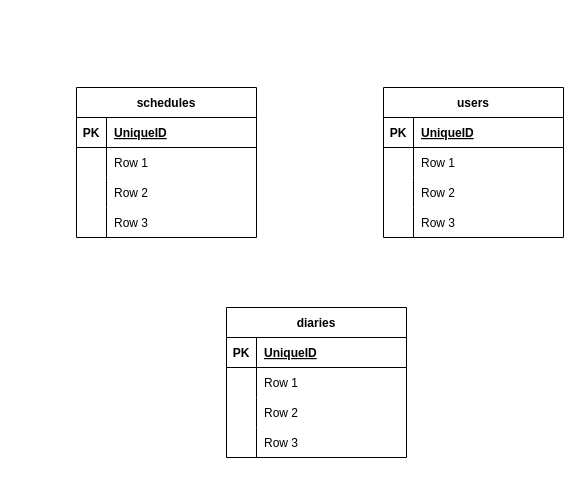
Before: db.dio in tjmax76/suprethm, a draw.io diagram. Source tidied: cells renumbered, new cells numbered last; positions are measured from the earlier drawing's top-left corner, leaving out a move shared by most shapes. Both pictures are drawn from the tidied source at 100%, with x=0, y=0 at pixel (76, 87).
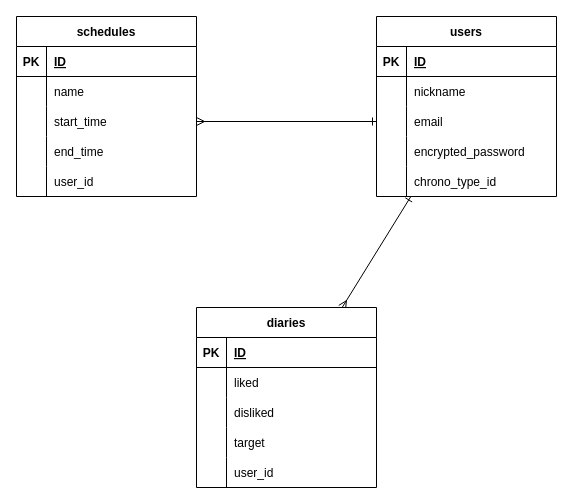
The same diagram, later.

Commit message:
DB設計を追加

Unchanged cells that the change refers to:
```xml
<mxCell id="3" style="shape=tableRow;horizontal=0;startSize=0;swimlaneHead=0;swimlaneBody=0;fillColor=none;top=0;left=0;right=0;bottom=1;" parent="2" vertex="1">
  <mxGeometry y="30" width="180" height="30" as="geometry" />
</mxCell>
<mxCell id="6" style="shape=tableRow;horizontal=0;startSize=0;swimlaneHead=0;swimlaneBody=0;fillColor=none;top=0;left=0;right=0;bottom=0;" parent="2" vertex="1">
  <mxGeometry y="60" width="180" height="30" as="geometry" />
</mxCell>
<mxCell id="9" style="shape=tableRow;horizontal=0;startSize=0;swimlaneHead=0;swimlaneBody=0;fillColor=none;points=[[0,0.5],[1,0.5]];portConstraint=eastwest;top=0;left=0;right=0;bottom=0;" parent="2" vertex="1">
  <mxGeometry y="90" width="180" height="30" as="geometry" />
</mxCell>
<mxCell id="12" style="shape=tableRow;horizontal=0;startSize=0;swimlaneHead=0;swimlaneBody=0;fillColor=none;top=0;left=0;right=0;bottom=0;" parent="2" vertex="1">
  <mxGeometry y="120" width="180" height="30" as="geometry" />
</mxCell>
<mxCell id="16" style="shape=tableRow;horizontal=0;startSize=0;swimlaneHead=0;swimlaneBody=0;fillColor=none;top=0;left=0;right=0;bottom=1;" parent="15" vertex="1">
  <mxGeometry y="30" width="180" height="30" as="geometry" />
</mxCell>
<mxCell id="19" style="shape=tableRow;horizontal=0;startSize=0;swimlaneHead=0;swimlaneBody=0;fillColor=none;top=0;left=0;right=0;bottom=0;" parent="15" vertex="1">
  <mxGeometry y="60" width="180" height="30" as="geometry" />
</mxCell>
<mxCell id="22" style="shape=tableRow;horizontal=0;startSize=0;swimlaneHead=0;swimlaneBody=0;fillColor=none;points=[[0,0.5],[1,0.5]];portConstraint=eastwest;top=0;left=0;right=0;bottom=0;" parent="15" vertex="1">
  <mxGeometry y="90" width="180" height="30" as="geometry" />
</mxCell>
<mxCell id="25" style="shape=tableRow;horizontal=0;startSize=0;swimlaneHead=0;swimlaneBody=0;fillColor=none;top=0;left=0;right=0;bottom=0;" parent="15" vertex="1">
  <mxGeometry y="120" width="180" height="30" as="geometry" />
</mxCell>
<mxCell id="29" style="shape=tableRow;horizontal=0;startSize=0;swimlaneHead=0;swimlaneBody=0;fillColor=none;top=0;left=0;right=0;bottom=1;" parent="28" vertex="1">
  <mxGeometry y="30" width="180" height="30" as="geometry" />
</mxCell>
<mxCell id="32" style="shape=tableRow;horizontal=0;startSize=0;swimlaneHead=0;swimlaneBody=0;fillColor=none;top=0;left=0;right=0;bottom=0;" parent="28" vertex="1">
  <mxGeometry y="60" width="180" height="30" as="geometry" />
</mxCell>
<mxCell id="35" style="shape=tableRow;horizontal=0;startSize=0;swimlaneHead=0;swimlaneBody=0;fillColor=none;top=0;left=0;right=0;bottom=0;" parent="28" vertex="1">
  <mxGeometry y="90" width="180" height="30" as="geometry" />
</mxCell>
<mxCell id="38" style="shape=tableRow;horizontal=0;startSize=0;swimlaneHead=0;swimlaneBody=0;fillColor=none;top=0;left=0;right=0;bottom=0;" parent="28" vertex="1">
  <mxGeometry y="120" width="180" height="30" as="geometry" />
</mxCell>
```

What changed in the source:
```diff
@@
     <mxCell id="2" value="schedules" style="shape=table;startSize=30;childLayout=tableLayout;rowLines=0;fontStyle=1;align=center;" parent="1" vertex="1">
-      <mxGeometry width="180" height="150" as="geometry" />
+      <mxGeometry x="-60" y="-71" width="180" height="180" as="geometry" />
     </mxCell>
@@
-    <mxCell id="5" value="UniqueID" style="shape=partialRectangle;fillColor=none;top=0;left=0;bottom=0;right=0;align=left;spacingLeft=6;fontStyle=5;overflow=hidden;" parent="3" vertex="1">
+    <mxCell id="5" value="ID" style="shape=partialRectangle;fillColor=none;top=0;left=0;bottom=0;right=0;align=left;spacingLeft=6;fontStyle=5;overflow=hidden;" parent="3" vertex="1">
       <mxGeometry x="30" width="150" height="30" as="geometry" />
     </mxCell>
@@
-    <mxCell id="8" value="Row 1" style="shape=partialRectangle;fillColor=none;top=0;left=0;bottom=0;right=0;align=left;spacingLeft=6;overflow=hidden;" parent="6" vertex="1">
+    <mxCell id="8" value="name" style="shape=partialRectangle;fillColor=none;top=0;left=0;bottom=0;right=0;align=left;spacingLeft=6;overflow=hidden;" parent="6" vertex="1">
       <mxGeometry x="30" width="150" height="30" as="geometry" />
     </mxCell>
@@
-    <mxCell id="11" value="Row 2" style="shape=partialRectangle;fillColor=none;top=0;left=0;bottom=0;right=0;align=left;spacingLeft=6;overflow=hidden;" parent="9" vertex="1">
+    <mxCell id="11" value="start_time" style="shape=partialRectangle;fillColor=none;top=0;left=0;bottom=0;right=0;align=left;spacingLeft=6;overflow=hidden;" parent="9" vertex="1">
       <mxGeometry x="30" width="150" height="30" as="geometry" />
     </mxCell>
@@
-    <mxCell id="14" value="Row 3" style="shape=partialRectangle;fillColor=none;top=0;left=0;bottom=0;right=0;align=left;spacingLeft=6;overflow=hidden;" parent="12" vertex="1">
+    <mxCell id="14" value="end_time" style="shape=partialRectangle;fillColor=none;top=0;left=0;bottom=0;right=0;align=left;spacingLeft=6;overflow=hidden;" parent="12" vertex="1">
       <mxGeometry x="30" width="150" height="30" as="geometry" />
     </mxCell>
+    <mxCell id="41" style="shape=tableRow;horizontal=0;startSize=0;swimlaneHead=0;swimlaneBody=0;fillColor=none;top=0;left=0;right=0;bottom=0;" parent="2" vertex="1">
+      <mxGeometry y="150" width="180" height="30" as="geometry" />
+    </mxCell>
+    <mxCell id="42" style="shape=partialRectangle;fillColor=none;top=0;left=0;bottom=0;right=0;overflow=hidden;" parent="41" vertex="1">
+      <mxGeometry width="30" height="30" as="geometry" />
+    </mxCell>
+    <mxCell id="43" value="user_id" style="shape=partialRectangle;fillColor=none;top=0;left=0;bottom=0;right=0;align=left;spacingLeft=6;overflow=hidden;" parent="41" vertex="1">
+      <mxGeometry x="30" width="150" height="30" as="geometry" />
+    </mxCell>
+    <mxCell id="44" style="edgeStyle=none;html=1;endArrow=ERmany;endFill=0;startArrow=ERone;startFill=0;" parent="1" edge="1" source="15" target="28">
+      <mxGeometry relative="1" as="geometry" />
+    </mxCell>
     <mxCell id="15" value="users" style="shape=table;startSize=30;childLayout=tableLayout;rowLines=0;fontStyle=1;align=center;" parent="1" vertex="1">
-      <mxGeometry x="307" width="180" height="150" as="geometry" />
+      <mxGeometry x="300" y="-71" width="180" height="180" as="geometry" />
     </mxCell>
@@
-    <mxCell id="18" value="UniqueID" style="shape=partialRectangle;fillColor=none;top=0;left=0;bottom=0;right=0;align=left;spacingLeft=6;fontStyle=5;overflow=hidden;" parent="16" vertex="1">
+    <mxCell id="18" value="ID" style="shape=partialRectangle;fillColor=none;top=0;left=0;bottom=0;right=0;align=left;spacingLeft=6;fontStyle=5;overflow=hidden;" parent="16" vertex="1">
       <mxGeometry x="30" width="150" height="30" as="geometry" />
     </mxCell>
@@
-    <mxCell id="21" value="Row 1" style="shape=partialRectangle;fillColor=none;top=0;left=0;bottom=0;right=0;align=left;spacingLeft=6;overflow=hidden;" parent="19" vertex="1">
+    <mxCell id="21" value="nickname" style="shape=partialRectangle;fillColor=none;top=0;left=0;bottom=0;right=0;align=left;spacingLeft=6;overflow=hidden;" parent="19" vertex="1">
       <mxGeometry x="30" width="150" height="30" as="geometry" />
     </mxCell>
@@
-    <mxCell id="24" value="Row 2" style="shape=partialRectangle;fillColor=none;top=0;left=0;bottom=0;right=0;align=left;spacingLeft=6;overflow=hidden;" parent="22" vertex="1">
+    <mxCell id="24" value="email" style="shape=partialRectangle;fillColor=none;top=0;left=0;bottom=0;right=0;align=left;spacingLeft=6;overflow=hidden;" parent="22" vertex="1">
       <mxGeometry x="30" width="150" height="30" as="geometry" />
     </mxCell>
@@
-    <mxCell id="27" value="Row 3" style="shape=partialRectangle;fillColor=none;top=0;left=0;bottom=0;right=0;align=left;spacingLeft=6;overflow=hidden;" parent="25" vertex="1">
+    <mxCell id="27" value="encrypted_password" style="shape=partialRectangle;fillColor=none;top=0;left=0;bottom=0;right=0;align=left;spacingLeft=6;overflow=hidden;" parent="25" vertex="1">
       <mxGeometry x="30" width="150" height="30" as="geometry" />
     </mxCell>
+    <mxCell id="45" style="shape=tableRow;horizontal=0;startSize=0;swimlaneHead=0;swimlaneBody=0;fillColor=none;top=0;left=0;right=0;bottom=0;" parent="15" vertex="1">
+      <mxGeometry y="150" width="180" height="30" as="geometry" />
+    </mxCell>
+    <mxCell id="46" style="shape=partialRectangle;fillColor=none;top=0;left=0;bottom=0;right=0;overflow=hidden;" parent="45" vertex="1">
+      <mxGeometry width="30" height="30" as="geometry" />
+    </mxCell>
+    <mxCell id="47" value="chrono_type_id" style="shape=partialRectangle;fillColor=none;top=0;left=0;bottom=0;right=0;align=left;spacingLeft=6;overflow=hidden;" parent="45" vertex="1">
+      <mxGeometry x="30" width="150" height="30" as="geometry" />
+    </mxCell>
     <mxCell id="28" value="diaries" style="shape=table;startSize=30;childLayout=tableLayout;rowLines=0;fontStyle=1;align=center;" parent="1" vertex="1">
-      <mxGeometry x="150" y="220" width="180" height="150" as="geometry" />
+      <mxGeometry x="120" y="220" width="180" height="180" as="geometry" />
     </mxCell>
@@
-    <mxCell id="31" value="UniqueID" style="shape=partialRectangle;fillColor=none;top=0;left=0;bottom=0;right=0;align=left;spacingLeft=6;fontStyle=5;overflow=hidden;" parent="29" vertex="1">
+    <mxCell id="31" value="ID" style="shape=partialRectangle;fillColor=none;top=0;left=0;bottom=0;right=0;align=left;spacingLeft=6;fontStyle=5;overflow=hidden;" parent="29" vertex="1">
       <mxGeometry x="30" width="150" height="30" as="geometry" />
     </mxCell>
@@
-    <mxCell id="34" value="Row 1" style="shape=partialRectangle;fillColor=none;top=0;left=0;bottom=0;right=0;align=left;spacingLeft=6;overflow=hidden;" parent="32" vertex="1">
+    <mxCell id="34" value="liked" style="shape=partialRectangle;fillColor=none;top=0;left=0;bottom=0;right=0;align=left;spacingLeft=6;overflow=hidden;" parent="32" vertex="1">
       <mxGeometry x="30" width="150" height="30" as="geometry" />
     </mxCell>
@@
-    <mxCell id="37" value="Row 2" style="shape=partialRectangle;fillColor=none;top=0;left=0;bottom=0;right=0;align=left;spacingLeft=6;overflow=hidden;" parent="35" vertex="1">
+    <mxCell id="37" value="disliked" style="shape=partialRectangle;fillColor=none;top=0;left=0;bottom=0;right=0;align=left;spacingLeft=6;overflow=hidden;" parent="35" vertex="1">
       <mxGeometry x="30" width="150" height="30" as="geometry" />
     </mxCell>
@@
-    <mxCell id="40" value="Row 3" style="shape=partialRectangle;fillColor=none;top=0;left=0;bottom=0;right=0;align=left;spacingLeft=6;overflow=hidden;" parent="38" vertex="1">
+    <mxCell id="40" value="target" style="shape=partialRectangle;fillColor=none;top=0;left=0;bottom=0;right=0;align=left;spacingLeft=6;overflow=hidden;" parent="38" vertex="1">
       <mxGeometry x="30" width="150" height="30" as="geometry" />
     </mxCell>
+    <mxCell id="48" style="shape=tableRow;horizontal=0;startSize=0;swimlaneHead=0;swimlaneBody=0;fillColor=none;top=0;left=0;right=0;bottom=0;" parent="28" vertex="1">
+      <mxGeometry y="150" width="180" height="30" as="geometry" />
+    </mxCell>
+    <mxCell id="49" style="shape=partialRectangle;fillColor=none;top=0;left=0;bottom=0;right=0;overflow=hidden;" parent="48" vertex="1">
+      <mxGeometry width="30" height="30" as="geometry" />
+    </mxCell>
+    <mxCell id="50" value="user_id" style="shape=partialRectangle;fillColor=none;top=0;left=0;bottom=0;right=0;align=left;spacingLeft=6;overflow=hidden;" parent="48" vertex="1">
+      <mxGeometry x="30" width="150" height="30" as="geometry" />
+    </mxCell>
+    <mxCell id="51" style="edgeStyle=none;html=1;entryX=1;entryY=0.5;entryDx=0;entryDy=0;endArrow=ERmany;endFill=0;startArrow=ERone;startFill=0;" parent="1" edge="1" source="22" target="9">
+      <mxGeometry relative="1" as="geometry" />
+    </mxCell>
```
